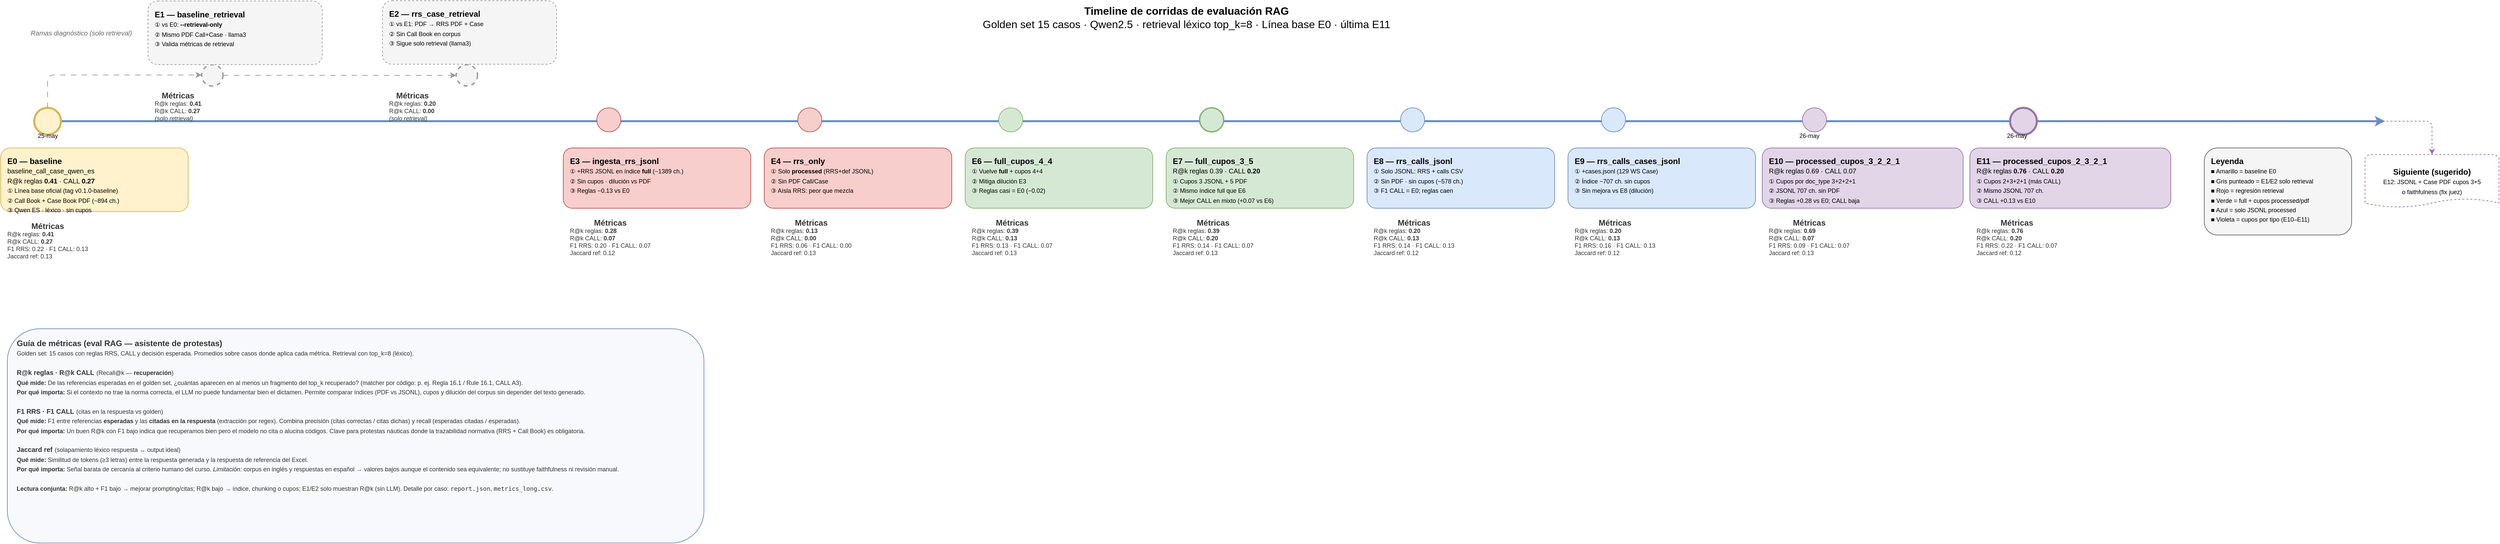
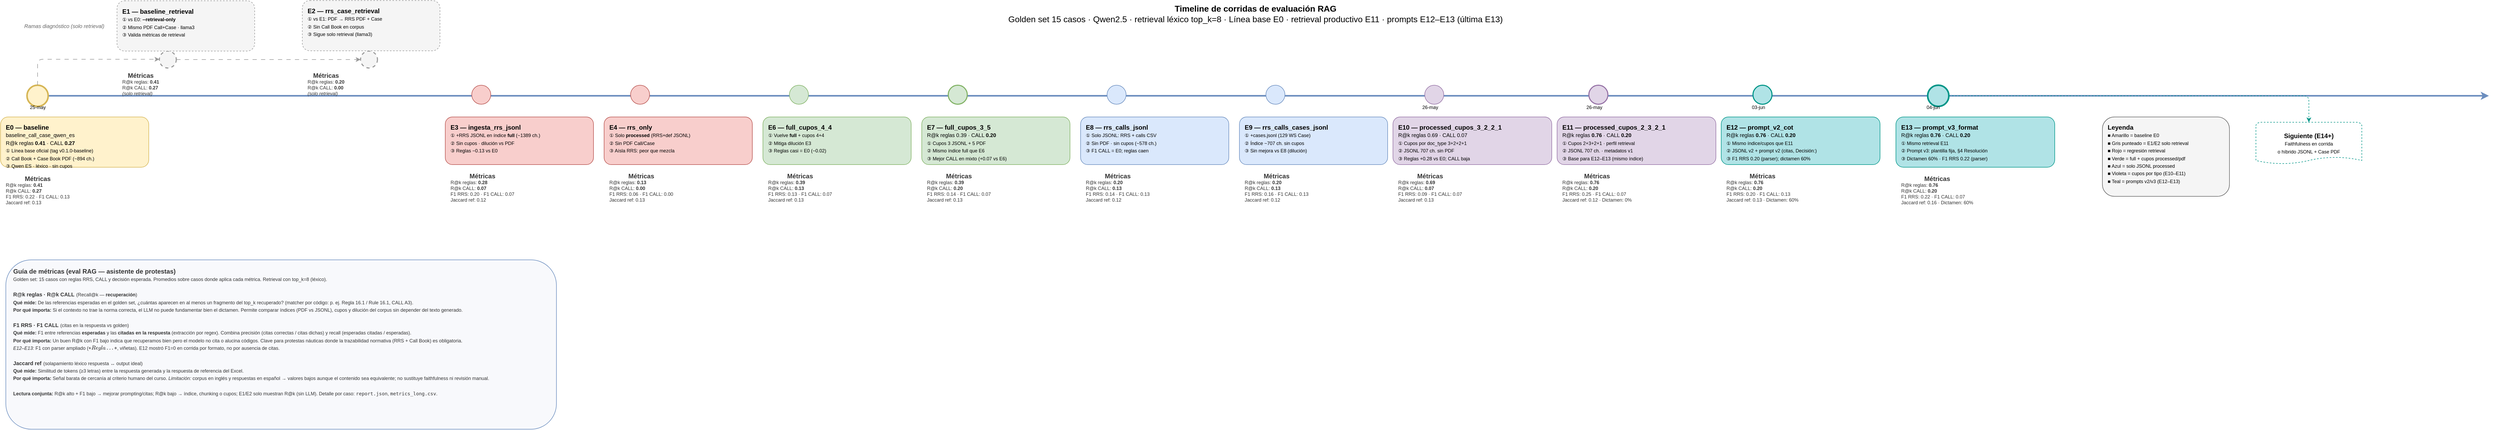
<mxfile host="65bd71144e">
    <diagram id="timeline-eval" name="Timeline eval RAG">
-         <mxGraphModel dx="1267" dy="1013" grid="1" gridSize="10" guides="1" tooltips="1" connect="1" arrows="1" fold="1" page="1" pageScale="1" pageWidth="3700" pageHeight="1780" math="0" shadow="0">
+         <mxGraphModel dx="1267" dy="1013" grid="1" gridSize="10" guides="1" tooltips="1" connect="1" arrows="1" fold="1" page="1" pageScale="1" pageWidth="4900" pageHeight="1780" math="0" shadow="0">
            <root>
                <mxCell id="0"/>
                <mxCell id="1" parent="0"/>
-                 <mxCell id="title" value="&lt;b&gt;Timeline de corridas de evaluación RAG&lt;/b&gt;&lt;br&gt;Golden set 15 casos · Qwen2.5 · retrieval léxico top_k=8 · Línea base E0 · última E11" style="text;html=1;align=center;verticalAlign=middle;fontSize=16;" parent="1" vertex="1">
-                     <mxGeometry x="40" y="20" width="3500" height="50" as="geometry"/>
+                 <mxCell id="title" value="&lt;b&gt;Timeline de corridas de evaluación RAG&lt;/b&gt;&lt;br&gt;Golden set 15 casos · Qwen2.5 · retrieval léxico top_k=8 · Línea base E0 · retrieval productivo E11 · prompts E12–E13 (última E13)" style="text;html=1;align=center;verticalAlign=middle;fontSize=16;" parent="1" vertex="1">
+                     <mxGeometry x="40" y="20" width="4700" height="50" as="geometry"/>
                </mxCell>
                <mxCell id="axis" value="" style="endArrow=classic;html=1;strokeWidth=3;strokeColor=#6c8ebf;" parent="1" edge="1">
                    <mxGeometry relative="1" as="geometry">
                        <mxPoint x="80" y="200" as="sourcePoint"/>
-                         <mxPoint x="3580" y="200" as="targetPoint"/>
+                         <mxPoint x="4720" y="200" as="targetPoint"/>
                    </mxGeometry>
                </mxCell>
                <mxCell id="m0" value="" style="ellipse;whiteSpace=wrap;html=1;fillColor=#fff2cc;strokeColor=#d6b656;strokeWidth=3;" parent="1" vertex="1">
                    <mxGeometry x="70" y="180" width="40" height="40" as="geometry"/>
                </mxCell>
                <mxCell id="b0" value="&lt;b&gt;E0 — baseline&lt;/b&gt;&lt;br&gt;&lt;font style=&quot;font-size:10px&quot;&gt;baseline_call_case_qwen_es&lt;/font&gt;&lt;br&gt;&lt;font style=&quot;font-size:10px&quot;&gt;R@k reglas &lt;b&gt;0.41&lt;/b&gt; · CALL &lt;b&gt;0.27&lt;/b&gt;&lt;/font&gt;&lt;br&gt;&lt;font style=&quot;font-size:9px&quot;&gt;① Línea base oficial (tag v0.1.0-baseline)&lt;/font&gt;&lt;br&gt;&lt;font style=&quot;font-size:9px&quot;&gt;② Call Book + Case Book PDF (~894 ch.)&lt;/font&gt;&lt;br&gt;&lt;font style=&quot;font-size:9px&quot;&gt;③ Qwen ES · léxico · sin cupos&lt;/font&gt;" style="rounded=1;whiteSpace=wrap;html=1;fillColor=#fff2cc;strokeColor=#d6b656;align=left;spacingLeft=8;verticalAlign=top;spacingTop=6;" parent="1" vertex="1">
                    <mxGeometry x="20" y="240" width="280" height="95" as="geometry"/>
                </mxCell>
                <mxCell id="branchLbl" value="&lt;i&gt;Ramas diagnóstico (solo retrieval)&lt;/i&gt;" style="text;html=1;align=center;fontSize=10;fontColor=#666666;" parent="1" vertex="1">
                    <mxGeometry x="40" y="55.5" width="200" height="24" as="geometry"/>
                </mxCell>
                <mxCell id="m1" value="" style="ellipse;whiteSpace=wrap;html=1;fillColor=#f5f5f5;strokeColor=#999999;strokeWidth=2;dashed=1;" parent="1" vertex="1">
                    <mxGeometry x="320" y="115.5" width="32" height="32" as="geometry"/>
                </mxCell>
                <mxCell id="b1" value="&lt;b&gt;E1 — baseline_retrieval&lt;/b&gt;&lt;br&gt;&lt;font style=&quot;font-size:9px&quot;&gt;① vs E0: &lt;b&gt;--retrieval-only&lt;/b&gt;&lt;/font&gt;&lt;br&gt;&lt;font style=&quot;font-size:9px&quot;&gt;② Mismo PDF Call+Case · llama3&lt;/font&gt;&lt;br&gt;&lt;font style=&quot;font-size:9px&quot;&gt;③ Valida métricas de retrieval&lt;/font&gt;" style="rounded=1;whiteSpace=wrap;html=1;fillColor=#f5f5f5;strokeColor=#999999;dashed=1;align=left;spacingLeft=8;verticalAlign=top;spacingTop=6;" parent="1" vertex="1">
                    <mxGeometry x="240" y="20.5" width="260" height="95" as="geometry"/>
                </mxCell>
                <mxCell id="e0e1" value="" style="edgeStyle=orthogonalEdgeStyle;html=1;strokeColor=#999999;dashed=1;dashPattern=8 8;endArrow=classic;" parent="1" source="m0" target="m1" edge="1">
                    <mxGeometry relative="1" as="geometry">
                        <Array as="points">
                            <mxPoint x="90" y="200"/>
                            <mxPoint x="90" y="131"/>
                            <mxPoint x="146" y="131"/>
                        </Array>
                    </mxGeometry>
                </mxCell>
                <mxCell id="m2" value="" style="ellipse;whiteSpace=wrap;html=1;fillColor=#f5f5f5;strokeColor=#999999;strokeWidth=2;dashed=1;" parent="1" vertex="1">
                    <mxGeometry x="700" y="115.5" width="32" height="32" as="geometry"/>
                </mxCell>
                <mxCell id="b2" value="&lt;b&gt;E2 — rrs_case_retrieval&lt;/b&gt;&lt;br&gt;&lt;font style=&quot;font-size:9px&quot;&gt;① vs E1: PDF → RRS PDF + Case&lt;/font&gt;&lt;br&gt;&lt;font style=&quot;font-size:9px&quot;&gt;② Sin Call Book en corpus&lt;/font&gt;&lt;br&gt;&lt;font style=&quot;font-size:9px&quot;&gt;③ Sigue solo retrieval (llama3)&lt;/font&gt;" style="rounded=1;whiteSpace=wrap;html=1;fillColor=#f5f5f5;strokeColor=#999999;dashed=1;align=left;spacingLeft=8;verticalAlign=top;spacingTop=6;" parent="1" vertex="1">
                    <mxGeometry x="590" y="20" width="260" height="95" as="geometry"/>
                </mxCell>
                <mxCell id="e1e2" value="" style="edgeStyle=orthogonalEdgeStyle;html=1;strokeColor=#999999;dashed=1;dashPattern=8 8;endArrow=classic;" parent="1" source="m1" target="m2" edge="1">
                    <mxGeometry relative="1" as="geometry"/>
                </mxCell>
                <mxCell id="m3" value="" style="ellipse;whiteSpace=wrap;html=1;fillColor=#f8cecc;strokeColor=#b85450;" parent="1" vertex="1">
                    <mxGeometry x="910" y="180" width="36" height="36" as="geometry"/>
                </mxCell>
                <mxCell id="b3" value="&lt;b&gt;E3 — ingesta_rrs_jsonl&lt;/b&gt;&lt;br&gt;&lt;font style=&quot;font-size:9px&quot;&gt;① +RRS JSONL en índice &lt;b&gt;full&lt;/b&gt; (~1389 ch.)&lt;/font&gt;&lt;br&gt;&lt;font style=&quot;font-size:9px&quot;&gt;② Sin cupos · dilución vs PDF&lt;/font&gt;&lt;br&gt;&lt;font style=&quot;font-size:9px&quot;&gt;③ Reglas −0.13 vs E0&lt;/font&gt;" style="rounded=1;whiteSpace=wrap;html=1;fillColor=#f8cecc;strokeColor=#b85450;align=left;spacingLeft=8;verticalAlign=top;spacingTop=6;" parent="1" vertex="1">
                    <mxGeometry x="860" y="240" width="280" height="90" as="geometry"/>
                </mxCell>
                <mxCell id="m4" value="" style="ellipse;whiteSpace=wrap;html=1;fillColor=#f8cecc;strokeColor=#b85450;" parent="1" vertex="1">
                    <mxGeometry x="1210" y="180" width="36" height="36" as="geometry"/>
                </mxCell>
                <mxCell id="b4" value="&lt;b&gt;E4 — rrs_only&lt;/b&gt;&lt;br&gt;&lt;font style=&quot;font-size:9px&quot;&gt;① Solo &lt;b&gt;processed&lt;/b&gt; (RRS+def JSONL)&lt;/font&gt;&lt;br&gt;&lt;font style=&quot;font-size:9px&quot;&gt;② Sin PDF Call/Case&lt;/font&gt;&lt;br&gt;&lt;font style=&quot;font-size:9px&quot;&gt;③ Aísla RRS: peor que mezcla&lt;/font&gt;" style="rounded=1;whiteSpace=wrap;html=1;fillColor=#f8cecc;strokeColor=#b85450;align=left;spacingLeft=8;verticalAlign=top;spacingTop=6;" parent="1" vertex="1">
                    <mxGeometry x="1160" y="240" width="280" height="90" as="geometry"/>
                </mxCell>
                <mxCell id="m6" value="" style="ellipse;whiteSpace=wrap;html=1;fillColor=#d5e8d4;strokeColor=#82b366;" parent="1" vertex="1">
                    <mxGeometry x="1510" y="180" width="36" height="36" as="geometry"/>
                </mxCell>
                <mxCell id="b6" value="&lt;b&gt;E6 — full_cupos_4_4&lt;/b&gt;&lt;br&gt;&lt;font style=&quot;font-size:9px&quot;&gt;① Vuelve &lt;b&gt;full&lt;/b&gt; + cupos 4+4&lt;/font&gt;&lt;br&gt;&lt;font style=&quot;font-size:9px&quot;&gt;② Mitiga dilución E3&lt;/font&gt;&lt;br&gt;&lt;font style=&quot;font-size:9px&quot;&gt;③ Reglas casi = E0 (−0.02)&lt;/font&gt;" style="rounded=1;whiteSpace=wrap;html=1;fillColor=#d5e8d4;strokeColor=#82b366;align=left;spacingLeft=8;verticalAlign=top;spacingTop=6;" parent="1" vertex="1">
                    <mxGeometry x="1460" y="240" width="280" height="90" as="geometry"/>
                </mxCell>
                <mxCell id="m7" value="" style="ellipse;whiteSpace=wrap;html=1;fillColor=#d5e8d4;strokeColor=#82b366;strokeWidth=2;" parent="1" vertex="1">
                    <mxGeometry x="1810" y="180" width="36" height="36" as="geometry"/>
                </mxCell>
                <mxCell id="b7" value="&lt;b&gt;E7 — full_cupos_3_5&lt;/b&gt;&lt;br&gt;&lt;font style=&quot;font-size:10px&quot;&gt;R@k reglas 0.39 · CALL &lt;b&gt;0.20&lt;/b&gt;&lt;/font&gt;&lt;br&gt;&lt;font style=&quot;font-size:9px&quot;&gt;① Cupos 3 JSONL + 5 PDF&lt;/font&gt;&lt;br&gt;&lt;font style=&quot;font-size:9px&quot;&gt;② Mismo índice full que E6&lt;/font&gt;&lt;br&gt;&lt;font style=&quot;font-size:9px&quot;&gt;③ Mejor CALL en mixto (+0.07 vs E6)&lt;/font&gt;" style="rounded=1;whiteSpace=wrap;html=1;fillColor=#d5e8d4;strokeColor=#82b366;align=left;spacingLeft=8;verticalAlign=top;spacingTop=6;" parent="1" vertex="1">
                    <mxGeometry x="1760" y="240" width="280" height="90" as="geometry"/>
                </mxCell>
                <mxCell id="m8" value="" style="ellipse;whiteSpace=wrap;html=1;fillColor=#dae8fc;strokeColor=#6c8ebf;" parent="1" vertex="1">
                    <mxGeometry x="2110" y="180" width="36" height="36" as="geometry"/>
                </mxCell>
                <mxCell id="b8" value="&lt;b&gt;E8 — rrs_calls_jsonl&lt;/b&gt;&lt;br&gt;&lt;font style=&quot;font-size:9px&quot;&gt;① Solo JSONL: RRS + calls CSV&lt;/font&gt;&lt;br&gt;&lt;font style=&quot;font-size:9px&quot;&gt;② Sin PDF · sin cupos (~578 ch.)&lt;/font&gt;&lt;br&gt;&lt;font style=&quot;font-size:9px&quot;&gt;③ F1 CALL = E0; reglas caen&lt;/font&gt;" style="rounded=1;whiteSpace=wrap;html=1;fillColor=#dae8fc;strokeColor=#6c8ebf;align=left;spacingLeft=8;verticalAlign=top;spacingTop=6;" parent="1" vertex="1">
                    <mxGeometry x="2060" y="240" width="280" height="90" as="geometry"/>
                </mxCell>
                <mxCell id="m9" value="" style="ellipse;whiteSpace=wrap;html=1;fillColor=#dae8fc;strokeColor=#6c8ebf;" parent="1" vertex="1">
                    <mxGeometry x="2410" y="180" width="36" height="36" as="geometry"/>
                </mxCell>
                <mxCell id="b9" value="&lt;b&gt;E9 — rrs_calls_cases_jsonl&lt;/b&gt;&lt;br&gt;&lt;font style=&quot;font-size:9px&quot;&gt;① +cases.jsonl (129 WS Case)&lt;/font&gt;&lt;br&gt;&lt;font style=&quot;font-size:9px&quot;&gt;② Índice ~707 ch. sin cupos&lt;/font&gt;&lt;br&gt;&lt;font style=&quot;font-size:9px&quot;&gt;③ Sin mejora vs E8 (dilución)&lt;/font&gt;" style="rounded=1;whiteSpace=wrap;html=1;fillColor=#dae8fc;strokeColor=#6c8ebf;align=left;spacingLeft=8;verticalAlign=top;spacingTop=6;" parent="1" vertex="1">
                    <mxGeometry x="2360" y="240" width="280" height="90" as="geometry"/>
                </mxCell>
                <mxCell id="m10" value="" style="ellipse;whiteSpace=wrap;html=1;fillColor=#e1d5e7;strokeColor=#9673a6;" parent="1" vertex="1">
                    <mxGeometry x="2710" y="180" width="36" height="36" as="geometry"/>
                </mxCell>
                <mxCell id="b10" value="&lt;b&gt;E10 — processed_cupos_3_2_2_1&lt;/b&gt;&lt;br&gt;&lt;font style=&quot;font-size:10px&quot;&gt;R@k reglas 0.69 · CALL 0.07&lt;/font&gt;&lt;br&gt;&lt;font style=&quot;font-size:9px&quot;&gt;① Cupos por doc_type 3+2+2+1&lt;/font&gt;&lt;br&gt;&lt;font style=&quot;font-size:9px&quot;&gt;② JSONL 707 ch. sin PDF&lt;/font&gt;&lt;br&gt;&lt;font style=&quot;font-size:9px&quot;&gt;③ Reglas +0.28 vs E0; CALL baja&lt;/font&gt;" style="rounded=1;whiteSpace=wrap;html=1;fillColor=#e1d5e7;strokeColor=#9673a6;align=left;spacingLeft=8;verticalAlign=top;spacingTop=6;" parent="1" vertex="1">
                    <mxGeometry x="2650" y="240" width="300" height="90" as="geometry"/>
                </mxCell>
-                 <mxCell id="m11" value="" style="ellipse;whiteSpace=wrap;html=1;fillColor=#e1d5e7;strokeColor=#9673a6;strokeWidth=3;" parent="1" vertex="1">
-                     <mxGeometry x="3020" y="180" width="40" height="40" as="geometry"/>
+                 <mxCell id="m11" value="" style="ellipse;whiteSpace=wrap;html=1;fillColor=#e1d5e7;strokeColor=#9673a6;strokeWidth=2;" parent="1" vertex="1">
+                     <mxGeometry x="3020" y="180" width="36" height="36" as="geometry"/>
                </mxCell>
-                 <mxCell id="b11" value="&lt;b&gt;E11 — processed_cupos_2_3_2_1&lt;/b&gt;&lt;br&gt;&lt;font style=&quot;font-size:10px&quot;&gt;R@k reglas &lt;b&gt;0.76&lt;/b&gt; · CALL &lt;b&gt;0.20&lt;/b&gt;&lt;/font&gt;&lt;br&gt;&lt;font style=&quot;font-size:9px&quot;&gt;① Cupos 2+3+2+1 (más CALL)&lt;/font&gt;&lt;br&gt;&lt;font style=&quot;font-size:9px&quot;&gt;② Mismo JSONL 707 ch.&lt;/font&gt;&lt;br&gt;&lt;font style=&quot;font-size:9px&quot;&gt;③ CALL +0.13 vs E10&lt;/font&gt;" style="rounded=1;whiteSpace=wrap;html=1;fillColor=#e1d5e7;strokeColor=#9673a6;align=left;spacingLeft=8;verticalAlign=top;spacingTop=6;" parent="1" vertex="1">
+                 <mxCell id="b11" value="&lt;b&gt;E11 — processed_cupos_2_3_2_1&lt;/b&gt;&lt;br&gt;&lt;font style=&quot;font-size:10px&quot;&gt;R@k reglas &lt;b&gt;0.76&lt;/b&gt; · CALL &lt;b&gt;0.20&lt;/b&gt;&lt;/font&gt;&lt;br&gt;&lt;font style=&quot;font-size:9px&quot;&gt;① Cupos 2+3+2+1 · perfil retrieval&lt;/font&gt;&lt;br&gt;&lt;font style=&quot;font-size:9px&quot;&gt;② JSONL 707 ch. · metadatos v1&lt;/font&gt;&lt;br&gt;&lt;font style=&quot;font-size:9px&quot;&gt;③ Base para E12–E13 (mismo índice)&lt;/font&gt;" style="rounded=1;whiteSpace=wrap;html=1;fillColor=#e1d5e7;strokeColor=#9673a6;align=left;spacingLeft=8;verticalAlign=top;spacingTop=6;" parent="1" vertex="1">
                    <mxGeometry x="2960" y="240" width="300" height="90" as="geometry"/>
                </mxCell>
-                 <mxCell id="leg" value="&lt;b&gt;Leyenda&lt;/b&gt;&lt;br&gt;&lt;font style=&quot;font-size:9px&quot;&gt;■ Amarillo = baseline E0&lt;/font&gt;&lt;br&gt;&lt;font style=&quot;font-size:9px&quot;&gt;■ Gris punteado = E1/E2 solo retrieval&lt;/font&gt;&lt;br&gt;&lt;font style=&quot;font-size:9px&quot;&gt;■ Rojo = regresión retrieval&lt;/font&gt;&lt;br&gt;&lt;font style=&quot;font-size:9px&quot;&gt;■ Verde = full + cupos processed/pdf&lt;/font&gt;&lt;br&gt;&lt;font style=&quot;font-size:9px&quot;&gt;■ Azul = solo JSONL processed&lt;/font&gt;&lt;br&gt;&lt;font style=&quot;font-size:9px&quot;&gt;■ Violeta = cupos por tipo (E10–E11)&lt;/font&gt;" style="rounded=1;whiteSpace=wrap;html=1;fillColor=#f5f5f5;strokeColor=#666666;align=left;spacingLeft=8;verticalAlign=top;spacingTop=6;" parent="1" vertex="1">
-                     <mxGeometry x="3310" y="240" width="220" height="130" as="geometry"/>
+                 <mxCell id="m12" value="" style="ellipse;whiteSpace=wrap;html=1;fillColor=#b0e3e6;strokeColor=#009688;strokeWidth=2;" parent="1" vertex="1">
+                     <mxGeometry x="3330" y="180" width="36" height="36" as="geometry"/>
                </mxCell>
-                 <mxCell id="next" value="&lt;b&gt;Siguiente (sugerido)&lt;/b&gt;&lt;br&gt;&lt;font style=&quot;font-size:9px&quot;&gt;E12: JSONL + Case PDF cupos 3+5&lt;/font&gt;&lt;br&gt;&lt;font style=&quot;font-size:9px&quot;&gt;o faithfulness (fix juez)&lt;/font&gt;" style="shape=mxgraph.flowchart.document;whiteSpace=wrap;html=1;fillColor=#ffffff;strokeColor=#9673a6;dashed=1;" parent="1" vertex="1">
-                     <mxGeometry x="3550" y="250" width="200" height="80" as="geometry"/>
+                 <mxCell id="b12" value="&lt;b&gt;E12 — prompt_v2_cot&lt;/b&gt;&lt;br&gt;&lt;font style=&quot;font-size:10px&quot;&gt;R@k reglas &lt;b&gt;0.76&lt;/b&gt; · CALL &lt;b&gt;0.20&lt;/b&gt;&lt;/font&gt;&lt;br&gt;&lt;font style=&quot;font-size:9px&quot;&gt;① Mismo índice/cupos que E11&lt;/font&gt;&lt;br&gt;&lt;font style=&quot;font-size:9px&quot;&gt;② JSONL v2 + prompt v2 (citas, Decisión:)&lt;/font&gt;&lt;br&gt;&lt;font style=&quot;font-size:9px&quot;&gt;③ F1 RRS 0.20 (parser); dictamen 60%&lt;/font&gt;" style="rounded=1;whiteSpace=wrap;html=1;fillColor=#b0e3e6;strokeColor=#009688;align=left;spacingLeft=8;verticalAlign=top;spacingTop=6;" parent="1" vertex="1">
+                     <mxGeometry x="3270" y="240" width="300" height="90" as="geometry"/>
                </mxCell>
-                 <mxCell id="enext" value="" style="edgeStyle=orthogonalEdgeStyle;html=1;strokeColor=#9673a6;dashed=1;" parent="1" source="m11" target="next" edge="1">
+                 <mxCell id="m13" value="" style="ellipse;whiteSpace=wrap;html=1;fillColor=#b0e3e6;strokeColor=#009688;strokeWidth=3;" parent="1" vertex="1">
+                     <mxGeometry x="3660" y="180" width="40" height="40" as="geometry"/>
+                 </mxCell>
+                 <mxCell id="b13" value="&lt;b&gt;E13 — prompt_v3_format&lt;/b&gt;&lt;br&gt;&lt;font style=&quot;font-size:10px&quot;&gt;R@k reglas &lt;b&gt;0.76&lt;/b&gt; · CALL &lt;b&gt;0.20&lt;/b&gt;&lt;/font&gt;&lt;br&gt;&lt;font style=&quot;font-size:9px&quot;&gt;① Mismo retrieval E11&lt;/font&gt;&lt;br&gt;&lt;font style=&quot;font-size:9px&quot;&gt;② Prompt v3: plantilla fija, §4 Resolución&lt;/font&gt;&lt;br&gt;&lt;font style=&quot;font-size:9px&quot;&gt;③ Dictamen 60% · F1 RRS 0.22 (parser)&lt;/font&gt;" style="rounded=1;whiteSpace=wrap;html=1;fillColor=#b0e3e6;strokeColor=#009688;align=left;spacingLeft=8;verticalAlign=top;spacingTop=6;" parent="1" vertex="1">
+                     <mxGeometry x="3600" y="240" width="300" height="95" as="geometry"/>
+                 </mxCell>
+                 <mxCell id="leg" value="&lt;b&gt;Leyenda&lt;/b&gt;&lt;br&gt;&lt;font style=&quot;font-size:9px&quot;&gt;■ Amarillo = baseline E0&lt;/font&gt;&lt;br&gt;&lt;font style=&quot;font-size:9px&quot;&gt;■ Gris punteado = E1/E2 solo retrieval&lt;/font&gt;&lt;br&gt;&lt;font style=&quot;font-size:9px&quot;&gt;■ Rojo = regresión retrieval&lt;/font&gt;&lt;br&gt;&lt;font style=&quot;font-size:9px&quot;&gt;■ Verde = full + cupos processed/pdf&lt;/font&gt;&lt;br&gt;&lt;font style=&quot;font-size:9px&quot;&gt;■ Azul = solo JSONL processed&lt;/font&gt;&lt;br&gt;&lt;font style=&quot;font-size:9px&quot;&gt;■ Violeta = cupos por tipo (E10–E11)&lt;/font&gt;&lt;br&gt;&lt;font style=&quot;font-size:9px&quot;&gt;■ Teal = prompts v2/v3 (E12–E13)&lt;/font&gt;" style="rounded=1;whiteSpace=wrap;html=1;fillColor=#f5f5f5;strokeColor=#666666;align=left;spacingLeft=8;verticalAlign=top;spacingTop=6;" parent="1" vertex="1">
+                     <mxGeometry x="3990" y="240" width="240" height="150" as="geometry"/>
+                 </mxCell>
+                 <mxCell id="next" value="&lt;b&gt;Siguiente (E14+)&lt;/b&gt;&lt;br&gt;&lt;font style=&quot;font-size:9px&quot;&gt;Faithfulness en corrida&lt;/font&gt;&lt;br&gt;&lt;font style=&quot;font-size:9px&quot;&gt;o híbrido JSONL + Case PDF&lt;/font&gt;" style="shape=mxgraph.flowchart.document;whiteSpace=wrap;html=1;fillColor=#ffffff;strokeColor=#009688;dashed=1;" parent="1" vertex="1">
+                     <mxGeometry x="4280" y="250" width="200" height="80" as="geometry"/>
+                 </mxCell>
+                 <mxCell id="enext" value="" style="edgeStyle=orthogonalEdgeStyle;html=1;strokeColor=#009688;dashed=1;" parent="1" source="m13" target="next" edge="1">
                    <mxGeometry relative="1" as="geometry"/>
                </mxCell>
                <mxCell id="met0" value="&lt;div style=&quot;text-align:center&quot;&gt;&lt;b&gt;Métricas&lt;/b&gt;&lt;/div&gt;&lt;div style=&quot;text-align:left;font-size:9px&quot;&gt;R@k reglas: &lt;b&gt;0.41&lt;/b&gt;&lt;br&gt;R@k CALL: &lt;b&gt;0.27&lt;/b&gt;&lt;br&gt;F1 RRS: 0.22 · F1 CALL: 0.13&lt;br&gt;Jaccard ref: 0.13&lt;/div&gt;" style="text;html=1;align=left;verticalAlign=top;fontColor=#333333;spacingLeft=8;" parent="1" vertex="1">
                    <mxGeometry x="20" y="343" width="280" height="72" as="geometry"/>
                </mxCell>
                <mxCell id="met1" value="&lt;div style=&quot;text-align:center&quot;&gt;&lt;b&gt;Métricas&lt;/b&gt;&lt;/div&gt;&lt;div style=&quot;text-align:left;font-size:9px&quot;&gt;R@k reglas: &lt;b&gt;0.41&lt;/b&gt;&lt;br&gt;R@k CALL: &lt;b&gt;0.27&lt;/b&gt;&lt;br&gt;&lt;i&gt;(solo retrieval)&lt;/i&gt;&lt;/div&gt;" style="text;html=1;align=left;verticalAlign=top;fontColor=#333333;spacingLeft=8;" parent="1" vertex="1">
                    <mxGeometry x="240" y="147.5" width="260" height="48" as="geometry"/>
                </mxCell>
                <mxCell id="met2" value="&lt;div style=&quot;text-align:center&quot;&gt;&lt;b&gt;Métricas&lt;/b&gt;&lt;/div&gt;&lt;div style=&quot;text-align:left;font-size:9px&quot;&gt;R@k reglas: &lt;b&gt;0.20&lt;/b&gt;&lt;br&gt;R@k CALL: &lt;b&gt;0.00&lt;/b&gt;&lt;br&gt;&lt;i&gt;(solo retrieval)&lt;/i&gt;&lt;/div&gt;" style="text;html=1;align=left;verticalAlign=top;fontColor=#333333;spacingLeft=8;" parent="1" vertex="1">
                    <mxGeometry x="590" y="147.5" width="260" height="48" as="geometry"/>
                </mxCell>
                <mxCell id="met3" value="&lt;div style=&quot;text-align:center&quot;&gt;&lt;b&gt;Métricas&lt;/b&gt;&lt;/div&gt;&lt;div style=&quot;text-align:left;font-size:9px&quot;&gt;R@k reglas: &lt;b&gt;0.28&lt;/b&gt;&lt;br&gt;R@k CALL: &lt;b&gt;0.07&lt;/b&gt;&lt;br&gt;F1 RRS: 0.20 · F1 CALL: 0.07&lt;br&gt;Jaccard ref: 0.12&lt;/div&gt;" style="text;html=1;align=left;verticalAlign=top;fontColor=#333333;spacingLeft=8;" parent="1" vertex="1">
                    <mxGeometry x="860" y="338" width="280" height="72" as="geometry"/>
                </mxCell>
                <mxCell id="met4" value="&lt;div style=&quot;text-align:center&quot;&gt;&lt;b&gt;Métricas&lt;/b&gt;&lt;/div&gt;&lt;div style=&quot;text-align:left;font-size:9px&quot;&gt;R@k reglas: &lt;b&gt;0.13&lt;/b&gt;&lt;br&gt;R@k CALL: &lt;b&gt;0.00&lt;/b&gt;&lt;br&gt;F1 RRS: 0.06 · F1 CALL: 0.00&lt;br&gt;Jaccard ref: 0.13&lt;/div&gt;" style="text;html=1;align=left;verticalAlign=top;fontColor=#333333;spacingLeft=8;" parent="1" vertex="1">
                    <mxGeometry x="1160" y="338" width="280" height="72" as="geometry"/>
                </mxCell>
                <mxCell id="met6" value="&lt;div style=&quot;text-align:center&quot;&gt;&lt;b&gt;Métricas&lt;/b&gt;&lt;/div&gt;&lt;div style=&quot;text-align:left;font-size:9px&quot;&gt;R@k reglas: &lt;b&gt;0.39&lt;/b&gt;&lt;br&gt;R@k CALL: &lt;b&gt;0.13&lt;/b&gt;&lt;br&gt;F1 RRS: 0.13 · F1 CALL: 0.07&lt;br&gt;Jaccard ref: 0.13&lt;/div&gt;" style="text;html=1;align=left;verticalAlign=top;fontColor=#333333;spacingLeft=8;" parent="1" vertex="1">
                    <mxGeometry x="1460" y="338" width="280" height="72" as="geometry"/>
                </mxCell>
                <mxCell id="met7" value="&lt;div style=&quot;text-align:center&quot;&gt;&lt;b&gt;Métricas&lt;/b&gt;&lt;/div&gt;&lt;div style=&quot;text-align:left;font-size:9px&quot;&gt;R@k reglas: &lt;b&gt;0.39&lt;/b&gt;&lt;br&gt;R@k CALL: &lt;b&gt;0.20&lt;/b&gt;&lt;br&gt;F1 RRS: 0.14 · F1 CALL: 0.07&lt;br&gt;Jaccard ref: 0.13&lt;/div&gt;" style="text;html=1;align=left;verticalAlign=top;fontColor=#333333;spacingLeft=8;" parent="1" vertex="1">
                    <mxGeometry x="1760" y="338" width="280" height="72" as="geometry"/>
                </mxCell>
                <mxCell id="met8" value="&lt;div style=&quot;text-align:center&quot;&gt;&lt;b&gt;Métricas&lt;/b&gt;&lt;/div&gt;&lt;div style=&quot;text-align:left;font-size:9px&quot;&gt;R@k reglas: &lt;b&gt;0.20&lt;/b&gt;&lt;br&gt;R@k CALL: &lt;b&gt;0.13&lt;/b&gt;&lt;br&gt;F1 RRS: 0.14 · F1 CALL: 0.13&lt;br&gt;Jaccard ref: 0.12&lt;/div&gt;" style="text;html=1;align=left;verticalAlign=top;fontColor=#333333;spacingLeft=8;" parent="1" vertex="1">
                    <mxGeometry x="2060" y="338" width="280" height="72" as="geometry"/>
                </mxCell>
                <mxCell id="met9" value="&lt;div style=&quot;text-align:center&quot;&gt;&lt;b&gt;Métricas&lt;/b&gt;&lt;/div&gt;&lt;div style=&quot;text-align:left;font-size:9px&quot;&gt;R@k reglas: &lt;b&gt;0.20&lt;/b&gt;&lt;br&gt;R@k CALL: &lt;b&gt;0.13&lt;/b&gt;&lt;br&gt;F1 RRS: 0.16 · F1 CALL: 0.13&lt;br&gt;Jaccard ref: 0.12&lt;/div&gt;" style="text;html=1;align=left;verticalAlign=top;fontColor=#333333;spacingLeft=8;" parent="1" vertex="1">
                    <mxGeometry x="2360" y="338" width="280" height="72" as="geometry"/>
                </mxCell>
                <mxCell id="met10" value="&lt;div style=&quot;text-align:center&quot;&gt;&lt;b&gt;Métricas&lt;/b&gt;&lt;/div&gt;&lt;div style=&quot;text-align:left;font-size:9px&quot;&gt;R@k reglas: &lt;b&gt;0.69&lt;/b&gt;&lt;br&gt;R@k CALL: &lt;b&gt;0.07&lt;/b&gt;&lt;br&gt;F1 RRS: 0.09 · F1 CALL: 0.07&lt;br&gt;Jaccard ref: 0.13&lt;/div&gt;" style="text;html=1;align=left;verticalAlign=top;fontColor=#333333;spacingLeft=8;" parent="1" vertex="1">
                    <mxGeometry x="2650" y="338" width="300" height="72" as="geometry"/>
                </mxCell>
-                 <mxCell id="met11" value="&lt;div style=&quot;text-align:center&quot;&gt;&lt;b&gt;Métricas&lt;/b&gt;&lt;/div&gt;&lt;div style=&quot;text-align:left;font-size:9px&quot;&gt;R@k reglas: &lt;b&gt;0.76&lt;/b&gt;&lt;br&gt;R@k CALL: &lt;b&gt;0.20&lt;/b&gt;&lt;br&gt;F1 RRS: 0.22 · F1 CALL: 0.07&lt;br&gt;Jaccard ref: 0.12&lt;/div&gt;" style="text;html=1;align=left;verticalAlign=top;fontColor=#333333;spacingLeft=8;" parent="1" vertex="1">
-                     <mxGeometry x="2960" y="338" width="300" height="72" as="geometry"/>
+                 <mxCell id="met11" value="&lt;div style=&quot;text-align:center&quot;&gt;&lt;b&gt;Métricas&lt;/b&gt;&lt;/div&gt;&lt;div style=&quot;text-align:left;font-size:9px&quot;&gt;R@k reglas: &lt;b&gt;0.76&lt;/b&gt;&lt;br&gt;R@k CALL: &lt;b&gt;0.20&lt;/b&gt;&lt;br&gt;F1 RRS: 0.25 · F1 CALL: 0.07&lt;br&gt;Jaccard ref: 0.12 · Dictamen: 0%&lt;/div&gt;" style="text;html=1;align=left;verticalAlign=top;fontColor=#333333;spacingLeft=8;" parent="1" vertex="1">
+                     <mxGeometry x="2960" y="338" width="300" height="80" as="geometry"/>
                </mxCell>
-                 <mxCell id="metricasDoc" value="&lt;b&gt;Guía de métricas (eval RAG — asistente de protestas)&lt;/b&gt;&lt;br&gt;&lt;font style=&quot;font-size:9px&quot;&gt;Golden set: 15 casos con reglas RRS, CALL y decisión esperada. Promedios sobre casos donde aplica cada métrica. Retrieval con top_k=8 (léxico).&lt;/font&gt;&lt;br&gt;&lt;br&gt;&lt;b&gt;&lt;font style=&quot;font-size:10px&quot;&gt;R@k reglas · R@k CALL&lt;/font&gt;&lt;/b&gt; &lt;font style=&quot;font-size:9px&quot;&gt;(Recall@k — &lt;b&gt;recuperación&lt;/b&gt;)&lt;/font&gt;&lt;br&gt;&lt;font style=&quot;font-size:9px&quot;&gt;&lt;b&gt;Qué mide:&lt;/b&gt; De las referencias esperadas en el golden set, ¿cuántas aparecen en al menos un fragmento del top_k recuperado? (matcher por código: p. ej. Regla 16.1 / Rule 16.1, CALL A3).&lt;/font&gt;&lt;br&gt;&lt;font style=&quot;font-size:9px&quot;&gt;&lt;b&gt;Por qué importa:&lt;/b&gt; Si el contexto no trae la norma correcta, el LLM no puede fundamentar bien el dictamen. Permite comparar índices (PDF vs JSONL), cupos y dilución del corpus sin depender del texto generado.&lt;/font&gt;&lt;br&gt;&lt;br&gt;&lt;b&gt;&lt;font style=&quot;font-size:10px&quot;&gt;F1 RRS · F1 CALL&lt;/font&gt;&lt;/b&gt; &lt;font style=&quot;font-size:9px&quot;&gt;(citas en la respuesta vs golden)&lt;/font&gt;&lt;br&gt;&lt;font style=&quot;font-size:9px&quot;&gt;&lt;b&gt;Qué mide:&lt;/b&gt; F1 entre referencias &lt;b&gt;esperadas&lt;/b&gt; y las &lt;b&gt;citadas en la respuesta&lt;/b&gt; (extracción por regex). Combina precisión (citas correctas / citas dichas) y recall (esperadas citadas / esperadas).&lt;/font&gt;&lt;br&gt;&lt;font style=&quot;font-size:9px&quot;&gt;&lt;b&gt;Por qué importa:&lt;/b&gt; Un buen R@k con F1 bajo indica que recuperamos bien pero el modelo no cita o alucina códigos. Clave para protestas náuticas donde la trazabilidad normativa (RRS + Call Book) es obligatoria.&lt;/font&gt;&lt;br&gt;&lt;br&gt;&lt;b&gt;&lt;font style=&quot;font-size:10px&quot;&gt;Jaccard ref&lt;/font&gt;&lt;/b&gt; &lt;font style=&quot;font-size:9px&quot;&gt;(solapamiento léxico respuesta ↔ output ideal)&lt;/font&gt;&lt;br&gt;&lt;font style=&quot;font-size:9px&quot;&gt;&lt;b&gt;Qué mide:&lt;/b&gt; Similitud de tokens (≥3 letras) entre la respuesta generada y la respuesta de referencia del Excel.&lt;/font&gt;&lt;br&gt;&lt;font style=&quot;font-size:9px&quot;&gt;&lt;b&gt;Por qué importa:&lt;/b&gt; Señal barata de cercanía al criterio humano del curso. &lt;i&gt;Limitación:&lt;/i&gt; corpus en inglés y respuestas en español → valores bajos aunque el contenido sea equivalente; no sustituye faithfulness ni revisión manual.&lt;/font&gt;&lt;br&gt;&lt;br&gt;&lt;font style=&quot;font-size:9px&quot;&gt;&lt;b&gt;Lectura conjunta:&lt;/b&gt; R@k alto + F1 bajo → mejorar prompting/citas; R@k bajo → índice, chunking o cupos; E1/E2 solo muestran R@k (sin LLM). Detalle por caso: &lt;code&gt;report.json&lt;/code&gt;, &lt;code&gt;metrics_long.csv&lt;/code&gt;.&lt;/font&gt;" style="rounded=1;whiteSpace=wrap;html=1;fillColor=#f8f9fc;strokeColor=#6c8ebf;align=left;spacingLeft=12;spacingRight=12;verticalAlign=top;spacingTop=8;fontColor=#333333;" parent="1" vertex="1">
+                 <mxCell id="met12" value="&lt;div style=&quot;text-align:center&quot;&gt;&lt;b&gt;Métricas&lt;/b&gt;&lt;/div&gt;&lt;div style=&quot;text-align:left;font-size:9px&quot;&gt;R@k reglas: &lt;b&gt;0.76&lt;/b&gt;&lt;br&gt;R@k CALL: &lt;b&gt;0.20&lt;/b&gt;&lt;br&gt;F1 RRS: 0.20 · F1 CALL: 0.13&lt;br&gt;Jaccard ref: 0.13 · Dictamen: 60%&lt;/div&gt;" style="text;html=1;align=left;verticalAlign=top;fontColor=#333333;spacingLeft=8;" parent="1" vertex="1">
+                     <mxGeometry x="3270" y="338" width="300" height="80" as="geometry"/>
+                 </mxCell>
+                 <mxCell id="met13" value="&lt;div style=&quot;text-align:center&quot;&gt;&lt;b&gt;Métricas&lt;/b&gt;&lt;/div&gt;&lt;div style=&quot;text-align:left;font-size:9px&quot;&gt;R@k reglas: &lt;b&gt;0.76&lt;/b&gt;&lt;br&gt;R@k CALL: &lt;b&gt;0.20&lt;/b&gt;&lt;br&gt;F1 RRS: 0.22 · F1 CALL: 0.07&lt;br&gt;Jaccard ref: 0.16 · Dictamen: 60%&lt;/div&gt;" style="text;html=1;align=left;verticalAlign=top;fontColor=#333333;spacingLeft=8;" parent="1" vertex="1">
+                     <mxGeometry x="3600" y="343" width="300" height="80" as="geometry"/>
+                 </mxCell>
+                 <mxCell id="d12" value="03-jun" style="text;html=1;align=center;fontSize=9;" parent="1" vertex="1">
+                     <mxGeometry x="3310" y="210" width="60" height="20" as="geometry"/>
+                 </mxCell>
+                 <mxCell id="d13" value="04-jun" style="text;html=1;align=center;fontSize=9;" parent="1" vertex="1">
+                     <mxGeometry x="3640" y="210" width="60" height="20" as="geometry"/>
+                 </mxCell>
+                 <mxCell id="metricasDoc" value="&lt;b&gt;Guía de métricas (eval RAG — asistente de protestas)&lt;/b&gt;&lt;br&gt;&lt;font style=&quot;font-size:9px&quot;&gt;Golden set: 15 casos con reglas RRS, CALL y decisión esperada. Promedios sobre casos donde aplica cada métrica. Retrieval con top_k=8 (léxico).&lt;/font&gt;&lt;br&gt;&lt;br&gt;&lt;b&gt;&lt;font style=&quot;font-size:10px&quot;&gt;R@k reglas · R@k CALL&lt;/font&gt;&lt;/b&gt; &lt;font style=&quot;font-size:9px&quot;&gt;(Recall@k — &lt;b&gt;recuperación&lt;/b&gt;)&lt;/font&gt;&lt;br&gt;&lt;font style=&quot;font-size:9px&quot;&gt;&lt;b&gt;Qué mide:&lt;/b&gt; De las referencias esperadas en el golden set, ¿cuántas aparecen en al menos un fragmento del top_k recuperado? (matcher por código: p. ej. Regla 16.1 / Rule 16.1, CALL A3).&lt;/font&gt;&lt;br&gt;&lt;font style=&quot;font-size:9px&quot;&gt;&lt;b&gt;Por qué importa:&lt;/b&gt; Si el contexto no trae la norma correcta, el LLM no puede fundamentar bien el dictamen. Permite comparar índices (PDF vs JSONL), cupos y dilución del corpus sin depender del texto generado.&lt;/font&gt;&lt;br&gt;&lt;br&gt;&lt;b&gt;&lt;font style=&quot;font-size:10px&quot;&gt;F1 RRS · F1 CALL&lt;/font&gt;&lt;/b&gt; &lt;font style=&quot;font-size:9px&quot;&gt;(citas en la respuesta vs golden)&lt;/font&gt;&lt;br&gt;&lt;font style=&quot;font-size:9px&quot;&gt;&lt;b&gt;Qué mide:&lt;/b&gt; F1 entre referencias &lt;b&gt;esperadas&lt;/b&gt; y las &lt;b&gt;citadas en la respuesta&lt;/b&gt; (extracción por regex). Combina precisión (citas correctas / citas dichas) y recall (esperadas citadas / esperadas).&lt;/font&gt;&lt;br&gt;&lt;font style=&quot;font-size:9px&quot;&gt;&lt;b&gt;Por qué importa:&lt;/b&gt; Un buen R@k con F1 bajo indica que recuperamos bien pero el modelo no cita o alucina códigos. Clave para protestas náuticas donde la trazabilidad normativa (RRS + Call Book) es obligatoria.&lt;/font&gt;&lt;br&gt;&lt;font style=&quot;font-size:9px&quot;&gt;&lt;i&gt;E12–E13:&lt;/i&gt; F1 con parser ampliado (`**Regla …**`, viñetas). E12 mostró F1=0 en corrida por formato, no por ausencia de citas.&lt;/font&gt;&lt;br&gt;&lt;br&gt;&lt;b&gt;&lt;font style=&quot;font-size:10px&quot;&gt;Jaccard ref&lt;/font&gt;&lt;/b&gt; &lt;font style=&quot;font-size:9px&quot;&gt;(solapamiento léxico respuesta ↔ output ideal)&lt;/font&gt;&lt;br&gt;&lt;font style=&quot;font-size:9px&quot;&gt;&lt;b&gt;Qué mide:&lt;/b&gt; Similitud de tokens (≥3 letras) entre la respuesta generada y la respuesta de referencia del Excel.&lt;/font&gt;&lt;br&gt;&lt;font style=&quot;font-size:9px&quot;&gt;&lt;b&gt;Por qué importa:&lt;/b&gt; Señal barata de cercanía al criterio humano del curso. &lt;i&gt;Limitación:&lt;/i&gt; corpus en inglés y respuestas en español → valores bajos aunque el contenido sea equivalente; no sustituye faithfulness ni revisión manual.&lt;/font&gt;&lt;br&gt;&lt;br&gt;&lt;font style=&quot;font-size:9px&quot;&gt;&lt;b&gt;Lectura conjunta:&lt;/b&gt; R@k alto + F1 bajo → mejorar prompting/citas; R@k bajo → índice, chunking o cupos; E1/E2 solo muestran R@k (sin LLM). Detalle por caso: &lt;code&gt;report.json&lt;/code&gt;, &lt;code&gt;metrics_long.csv&lt;/code&gt;.&lt;/font&gt;" style="rounded=1;whiteSpace=wrap;html=1;fillColor=#f8f9fc;strokeColor=#6c8ebf;align=left;spacingLeft=12;spacingRight=12;verticalAlign=top;spacingTop=8;fontColor=#333333;" parent="1" vertex="1">
                    <mxGeometry x="30" y="510" width="1040" height="320" as="geometry"/>
                </mxCell>
                <mxCell id="d0" value="25-may" style="text;html=1;align=center;fontSize=9;" parent="1" vertex="1">
                    <mxGeometry x="60" y="210" width="60" height="20" as="geometry"/>
                </mxCell>
                <mxCell id="d10" value="26-may" style="text;html=1;align=center;fontSize=9;" parent="1" vertex="1">
                    <mxGeometry x="2690" y="210" width="60" height="20" as="geometry"/>
                </mxCell>
                <mxCell id="d11" value="26-may" style="text;html=1;align=center;fontSize=9;" parent="1" vertex="1">
                    <mxGeometry x="3000" y="210" width="60" height="20" as="geometry"/>
                </mxCell>
            </root>
        </mxGraphModel>
    </diagram>
</mxfile>